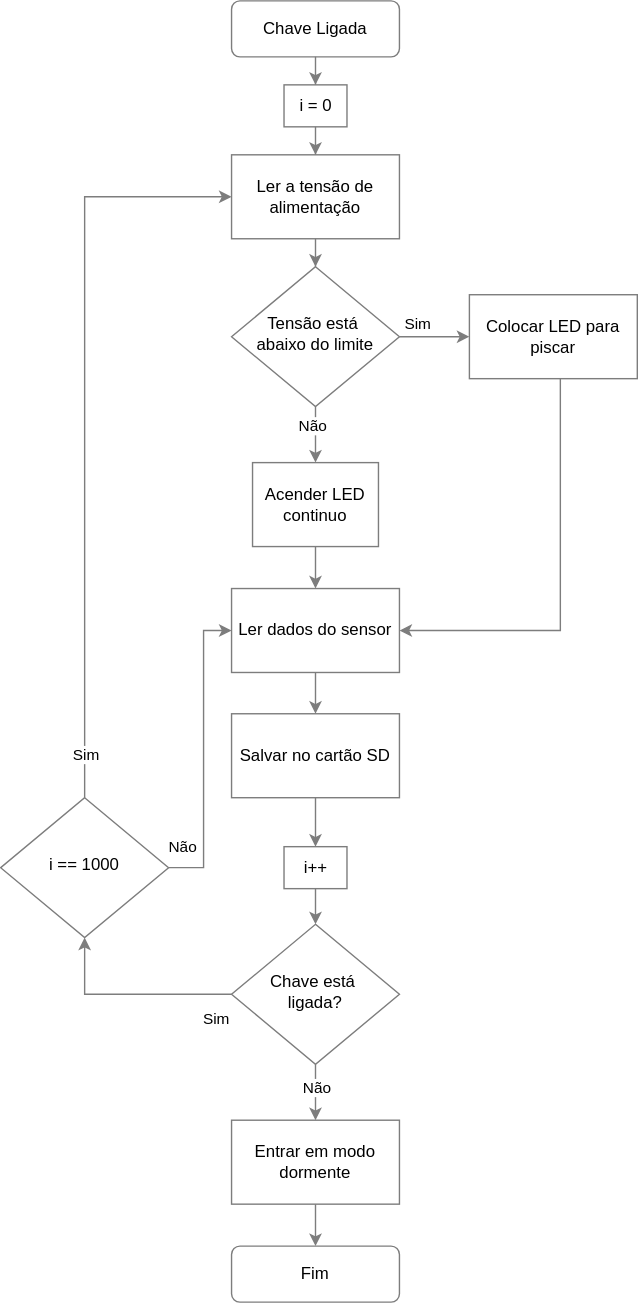
This is projetos/tennistracker/fluxograma_2.svg from teaching-FEEC/ea075-2024.1, a draw.io export, as it was before one commit. Source tidied: cells renumbered, new cells last; positions are measured from the earlier drawing's top-left corner, leaving out a move shared by most shapes.
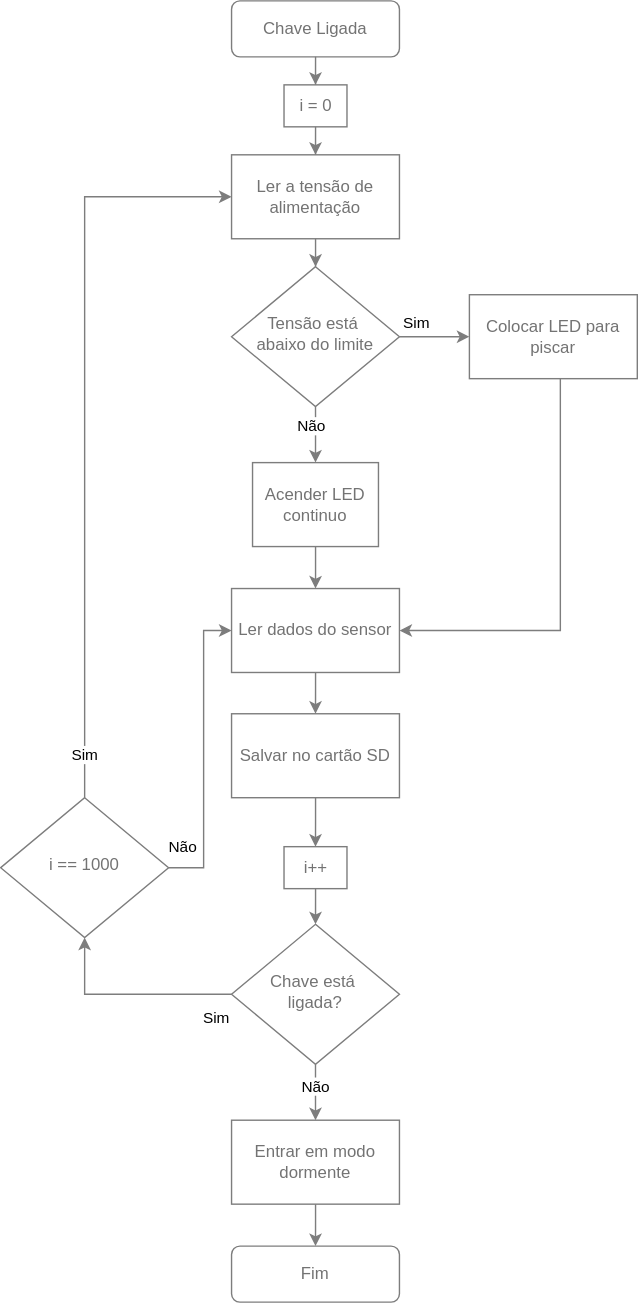
The same diagram one commit later.

Change to the diagram source:
```diff
@@ -5,7 +5,7 @@
     <mxCell id="2" style="edgeStyle=orthogonalEdgeStyle;rounded=0;jettySize=auto;html=1;entryX=0.5;entryY=0;entryDx=0;entryDy=0;strokeColor=#7D7D7D;" parent="1" edge="1" source="3" target="28">
       <mxGeometry relative="1" as="geometry" />
     </mxCell>
-    <mxCell id="3" value="Chave Ligada" style="rounded=1;whiteSpace=wrap;html=1;fontSize=12;glass=0;strokeWidth=1;shadow=0;fillColor=none;strokeColor=#7D7D7D;" parent="1" vertex="1">
+    <mxCell id="3" value="Chave Ligada" style="rounded=1;whiteSpace=wrap;html=1;fontSize=12;glass=0;strokeWidth=1;shadow=0;fillColor=none;strokeColor=#7D7D7D;fontColor=#737373;" parent="1" vertex="1">
       <mxGeometry x="165" width="120" height="40" as="geometry" />
     </mxCell>
     <mxCell id="4" style="edgeStyle=orthogonalEdgeStyle;rounded=0;jettySize=auto;html=1;entryX=0.5;entryY=0;entryDx=0;entryDy=0;exitX=0.5;exitY=1;exitDx=0;exitDy=0;strokeColor=#7D7D7D;" parent="1" edge="1" source="8" target="35">
@@ -29,19 +29,19 @@
         <mxPoint x="-10" y="-13" as="offset" />
       </mxGeometry>
     </mxCell>
-    <mxCell id="8" value="Tensão &lt;span style=&quot;background-color: initial;&quot;&gt;está&amp;nbsp;&lt;/span&gt;&lt;div&gt;abaixo do limite&lt;/div&gt;" style="rhombus;whiteSpace=wrap;html=1;shadow=0;fontFamily=Helvetica;fontSize=12;align=center;strokeWidth=1;spacing=6;spacingTop=-4;fillColor=none;strokeColor=#7D7D7D;" parent="1" vertex="1">
+    <mxCell id="8" value="Tensão &lt;span style=&quot;background-color: initial;&quot;&gt;está&amp;nbsp;&lt;/span&gt;&lt;div&gt;abaixo do limite&lt;/div&gt;" style="rhombus;whiteSpace=wrap;html=1;shadow=0;fontFamily=Helvetica;fontSize=12;align=center;strokeWidth=1;spacing=6;spacingTop=-4;fillColor=none;strokeColor=#7D7D7D;fontColor=#737373;" parent="1" vertex="1">
       <mxGeometry x="165" y="190" width="120" height="100" as="geometry" />
     </mxCell>
     <mxCell id="9" style="edgeStyle=orthogonalEdgeStyle;rounded=0;jettySize=auto;html=1;entryX=0.5;entryY=0;entryDx=0;entryDy=0;strokeColor=#7D7D7D;" parent="1" edge="1" source="10" target="12">
       <mxGeometry relative="1" as="geometry" />
     </mxCell>
-    <mxCell id="10" value="Ler dados do sensor" style="rounded=0;whiteSpace=wrap;html=1;fillColor=none;strokeColor=#7D7D7D;" parent="1" vertex="1">
+    <mxCell id="10" value="Ler dados do sensor" style="rounded=0;whiteSpace=wrap;html=1;fillColor=none;strokeColor=#7D7D7D;fontColor=#737373;" parent="1" vertex="1">
       <mxGeometry x="165" y="420" width="120" height="60" as="geometry" />
     </mxCell>
     <mxCell id="11" style="edgeStyle=orthogonalEdgeStyle;rounded=0;jettySize=auto;html=1;entryX=0.5;entryY=0;entryDx=0;entryDy=0;strokeColor=#7D7D7D;" parent="1" edge="1" source="12" target="26">
       <mxGeometry relative="1" as="geometry" />
     </mxCell>
-    <mxCell id="12" value="Salvar no cartão SD" style="rounded=0;whiteSpace=wrap;html=1;fillColor=none;strokeColor=#7D7D7D;" parent="1" vertex="1">
+    <mxCell id="12" value="Salvar no cartão SD" style="rounded=0;whiteSpace=wrap;html=1;fillColor=none;strokeColor=#7D7D7D;fontColor=#737373;" parent="1" vertex="1">
       <mxGeometry x="165" y="509.5" width="120" height="60" as="geometry" />
     </mxCell>
     <mxCell id="13" style="edgeStyle=orthogonalEdgeStyle;rounded=0;jettySize=auto;html=1;entryX=1;entryY=0.5;entryDx=0;entryDy=0;strokeColor=#7D7D7D;" parent="1" edge="1" source="14" target="10">
@@ -51,13 +51,13 @@
         </Array>
       </mxGeometry>
     </mxCell>
-    <mxCell id="14" value="Colocar LED para piscar" style="rounded=0;whiteSpace=wrap;html=1;fillColor=none;strokeColor=#7D7D7D;" parent="1" vertex="1">
+    <mxCell id="14" value="Colocar LED para piscar" style="rounded=0;whiteSpace=wrap;html=1;fillColor=none;strokeColor=#7D7D7D;fontColor=#737373;" parent="1" vertex="1">
       <mxGeometry x="335" y="210" width="120" height="60" as="geometry" />
     </mxCell>
     <mxCell id="15" style="edgeStyle=orthogonalEdgeStyle;rounded=0;jettySize=auto;html=1;strokeColor=#7D7D7D;" parent="1" edge="1" source="16" target="8">
       <mxGeometry relative="1" as="geometry" />
     </mxCell>
-    <mxCell id="16" value="Ler a tensão de alimentação" style="rounded=0;whiteSpace=wrap;html=1;fillColor=none;strokeColor=#7D7D7D;" parent="1" vertex="1">
+    <mxCell id="16" value="Ler a tensão de alimentação" style="rounded=0;whiteSpace=wrap;html=1;fillColor=none;strokeColor=#7D7D7D;fontColor=#737373;" parent="1" vertex="1">
       <mxGeometry x="165" y="110" width="120" height="60" as="geometry" />
     </mxCell>
     <mxCell id="17" style="edgeStyle=orthogonalEdgeStyle;rounded=0;jettySize=auto;html=1;entryX=0.5;entryY=1;entryDx=0;entryDy=0;strokeColor=#7D7D7D;" parent="1" edge="1" source="21" target="33">
@@ -80,28 +80,28 @@
         <mxPoint y="3" as="offset" />
       </mxGeometry>
     </mxCell>
-    <mxCell id="21" value="Chave está&amp;nbsp;&lt;div&gt;ligada?&lt;/div&gt;" style="rhombus;whiteSpace=wrap;html=1;shadow=0;fontFamily=Helvetica;fontSize=12;align=center;strokeWidth=1;spacing=6;spacingTop=-4;fillColor=none;strokeColor=#7D7D7D;" parent="1" vertex="1">
+    <mxCell id="21" value="Chave está&amp;nbsp;&lt;div&gt;ligada?&lt;/div&gt;" style="rhombus;whiteSpace=wrap;html=1;shadow=0;fontFamily=Helvetica;fontSize=12;align=center;strokeWidth=1;spacing=6;spacingTop=-4;fillColor=none;strokeColor=#7D7D7D;fontColor=#737373;" parent="1" vertex="1">
       <mxGeometry x="165" y="660" width="120" height="100" as="geometry" />
     </mxCell>
     <mxCell id="22" style="edgeStyle=orthogonalEdgeStyle;rounded=0;jettySize=auto;html=1;entryX=0.5;entryY=0;entryDx=0;entryDy=0;strokeColor=#7D7D7D;" parent="1" edge="1" source="23" target="24">
       <mxGeometry relative="1" as="geometry" />
     </mxCell>
-    <mxCell id="23" value="Entrar em modo dormente" style="rounded=0;whiteSpace=wrap;html=1;fillColor=none;strokeColor=#7D7D7D;" parent="1" vertex="1">
+    <mxCell id="23" value="Entrar em modo dormente" style="rounded=0;whiteSpace=wrap;html=1;fillColor=none;strokeColor=#7D7D7D;fontColor=#737373;" parent="1" vertex="1">
       <mxGeometry x="165" y="800" width="120" height="60" as="geometry" />
     </mxCell>
-    <mxCell id="24" value="Fim" style="rounded=1;whiteSpace=wrap;html=1;fontSize=12;glass=0;strokeWidth=1;shadow=0;fillColor=none;strokeColor=#7D7D7D;" parent="1" vertex="1">
+    <mxCell id="24" value="Fim" style="rounded=1;whiteSpace=wrap;html=1;fontSize=12;glass=0;strokeWidth=1;shadow=0;fillColor=none;strokeColor=#7D7D7D;fontColor=#737373;" parent="1" vertex="1">
       <mxGeometry x="165" y="890" width="120" height="40" as="geometry" />
     </mxCell>
     <mxCell id="25" style="edgeStyle=orthogonalEdgeStyle;rounded=0;jettySize=auto;html=1;entryX=0.5;entryY=0;entryDx=0;entryDy=0;strokeColor=#7D7D7D;" parent="1" edge="1" source="26" target="21">
       <mxGeometry relative="1" as="geometry" />
     </mxCell>
-    <mxCell id="26" value="i++" style="rounded=0;whiteSpace=wrap;html=1;fillColor=none;strokeColor=#7D7D7D;" parent="1" vertex="1">
+    <mxCell id="26" value="i++" style="rounded=0;whiteSpace=wrap;html=1;fillColor=none;strokeColor=#7D7D7D;fontColor=#737373;" parent="1" vertex="1">
       <mxGeometry x="202.5" y="604.5" width="45" height="30" as="geometry" />
     </mxCell>
     <mxCell id="27" style="edgeStyle=orthogonalEdgeStyle;rounded=0;jettySize=auto;html=1;entryX=0.5;entryY=0;entryDx=0;entryDy=0;strokeColor=#7D7D7D;" parent="1" edge="1" source="28" target="16">
       <mxGeometry relative="1" as="geometry" />
     </mxCell>
-    <mxCell id="28" value="i = 0" style="rounded=0;whiteSpace=wrap;html=1;fillColor=none;strokeColor=#7D7D7D;" parent="1" vertex="1">
+    <mxCell id="28" value="i = 0" style="rounded=0;whiteSpace=wrap;html=1;fillColor=none;strokeColor=#7D7D7D;fontColor=#737373;" parent="1" vertex="1">
       <mxGeometry x="202.5" y="60" width="45" height="30" as="geometry" />
     </mxCell>
     <mxCell id="29" style="edgeStyle=orthogonalEdgeStyle;rounded=0;jettySize=auto;html=1;entryX=0;entryY=0.5;entryDx=0;entryDy=0;exitX=0.5;exitY=0;exitDx=0;exitDy=0;strokeColor=#7D7D7D;" parent="1" edge="1" source="33" target="16">
@@ -127,7 +127,7 @@
         <mxPoint x="-9" y="-15" as="offset" />
       </mxGeometry>
     </mxCell>
-    <mxCell id="33" value="i == 1000" style="rhombus;whiteSpace=wrap;html=1;shadow=0;fontFamily=Helvetica;fontSize=12;align=center;strokeWidth=1;spacing=6;spacingTop=-4;strokeColor=#7D7D7D;fillColor=none;" parent="1" vertex="1">
+    <mxCell id="33" value="i == 1000" style="rhombus;whiteSpace=wrap;html=1;shadow=0;fontFamily=Helvetica;fontSize=12;align=center;strokeWidth=1;spacing=6;spacingTop=-4;strokeColor=#7D7D7D;fillColor=none;fontColor=#737373;" parent="1" vertex="1">
       <mxGeometry y="569.5" width="120" height="100" as="geometry" />
     </mxCell>
     <mxCell id="34" style="edgeStyle=orthogonalEdgeStyle;rounded=0;jettySize=auto;html=1;entryX=0.5;entryY=0;entryDx=0;entryDy=0;strokeColor=#7D7D7D;" parent="1" edge="1" source="35" target="10">
@@ -138,7 +138,7 @@
         </Array>
       </mxGeometry>
     </mxCell>
-    <mxCell id="35" value="Acender LED continuo" style="whiteSpace=wrap;html=1;fillColor=none;strokeColor=#7D7D7D;" parent="1" vertex="1">
+    <mxCell id="35" value="Acender LED continuo" style="whiteSpace=wrap;html=1;fillColor=none;strokeColor=#7D7D7D;fontColor=#737373;" parent="1" vertex="1">
       <mxGeometry x="180" y="330" width="90" height="60" as="geometry" />
     </mxCell>
   </root>
```
